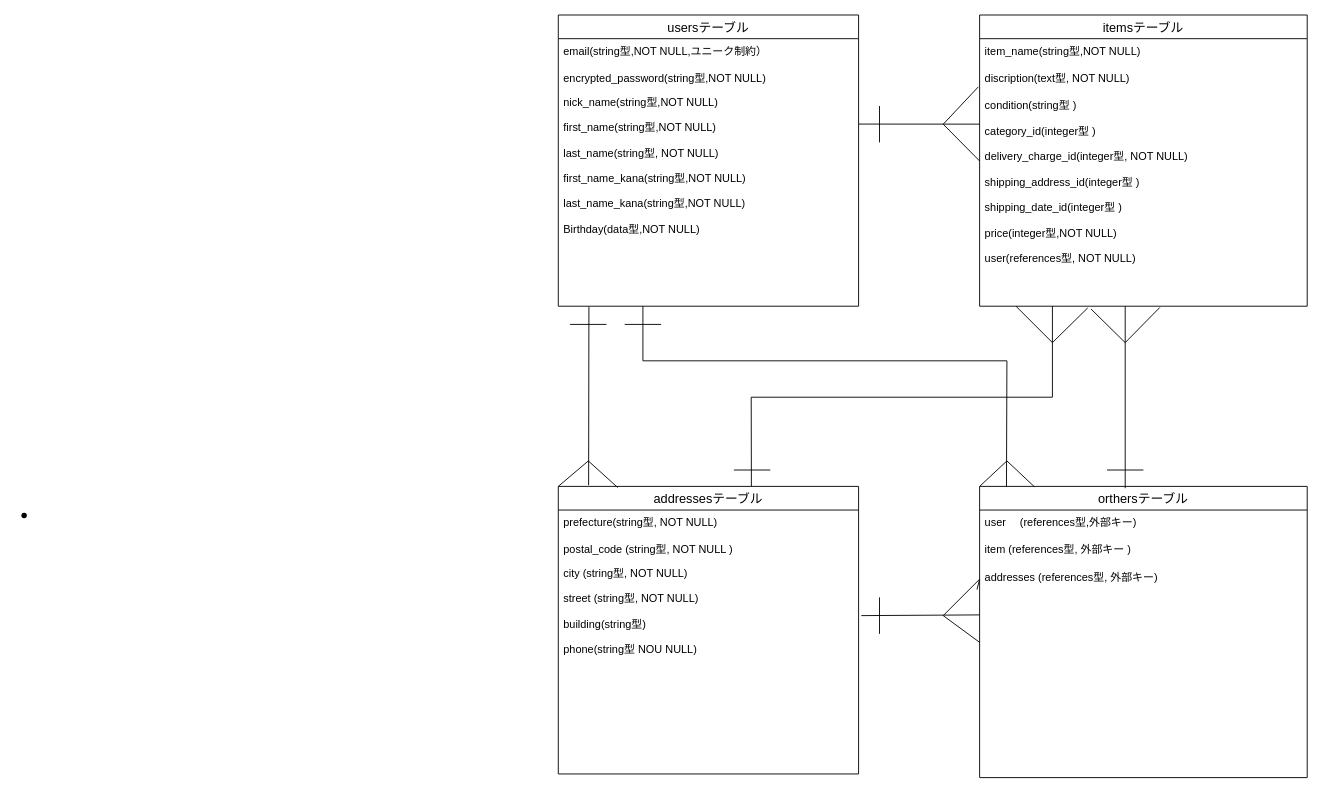
Earlier version of the draw.io diagram furima.dio (sukonvu/furima-39117). Source tidied: cells renumbered, new cells numbered last; positions are measured from the earlier drawing's top-left corner, leaving out a move shared by most shapes. Both pictures are drawn from the tidied source at 91%, with x=0, y=0 at pixel (15, 15).
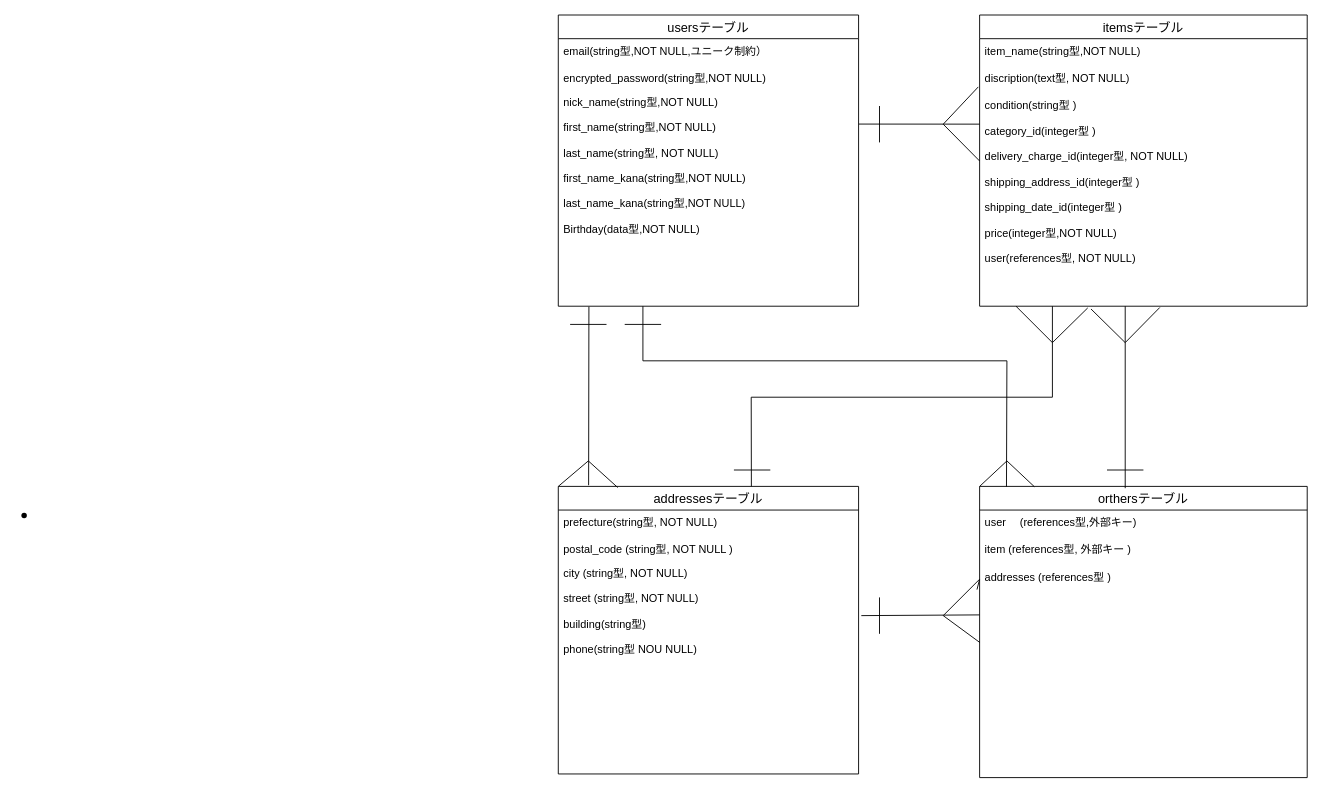
After the change.

Commit message (it also covers changes not shown here):
ER図、README設計図作成３

The change refers to these unchanged cells:
```xml
<mxCell id="10" value="orthersテーブル" style="swimlane;fontStyle=0;horizontal=1;startSize=26;align=center;fontSize=14;" parent="1" vertex="1">
  <mxGeometry x="1060" y="518" width="360" height="320" as="geometry" />
</mxCell>
```

Change to the diagram source:
```diff
@@
-    <mxCell id="13" value="addresses (references型, 外部キー)&#10;&#10;" style="text;strokeColor=none;fillColor=none;spacingLeft=4;spacingRight=4;overflow=hidden;points=[[0,0.5],[1,0.5]];portConstraint=eastwest;fontSize=12;" parent="10" vertex="1">
+    <mxCell id="13" value="addresses (references型 )&#10;&#10;" style="text;strokeColor=none;fillColor=none;spacingLeft=4;spacingRight=4;overflow=hidden;points=[[0,0.5],[1,0.5]];portConstraint=eastwest;fontSize=12;" parent="10" vertex="1">
       <mxGeometry y="86" width="360" height="234" as="geometry" />
     </mxCell>
```
